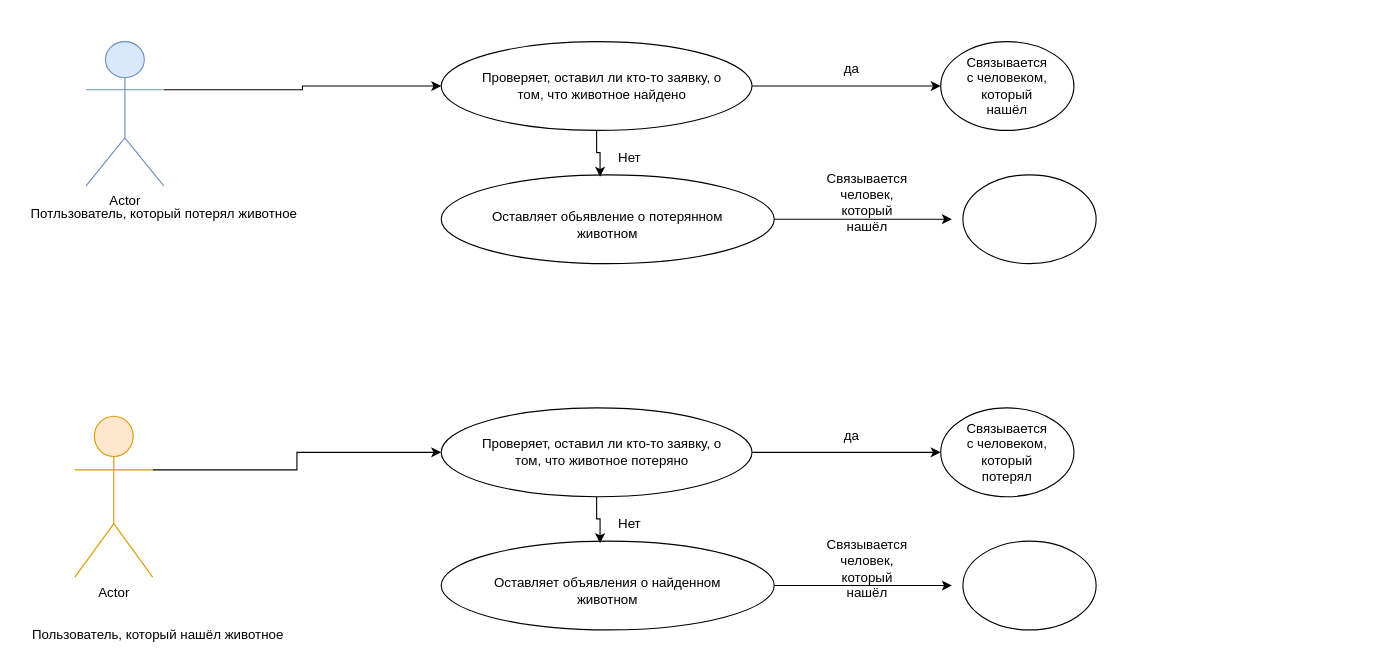
Before: Диаграмма без названия.drawio in AnnDets/Find-your-pet, a draw.io diagram. Source tidied: cells renumbered, new cells numbered last; positions are measured from the earlier drawing's top-left corner, leaving out a move shared by most shapes. Both pictures are drawn from the tidied source at 111%, with x=0, y=0 at pixel (19, 41).
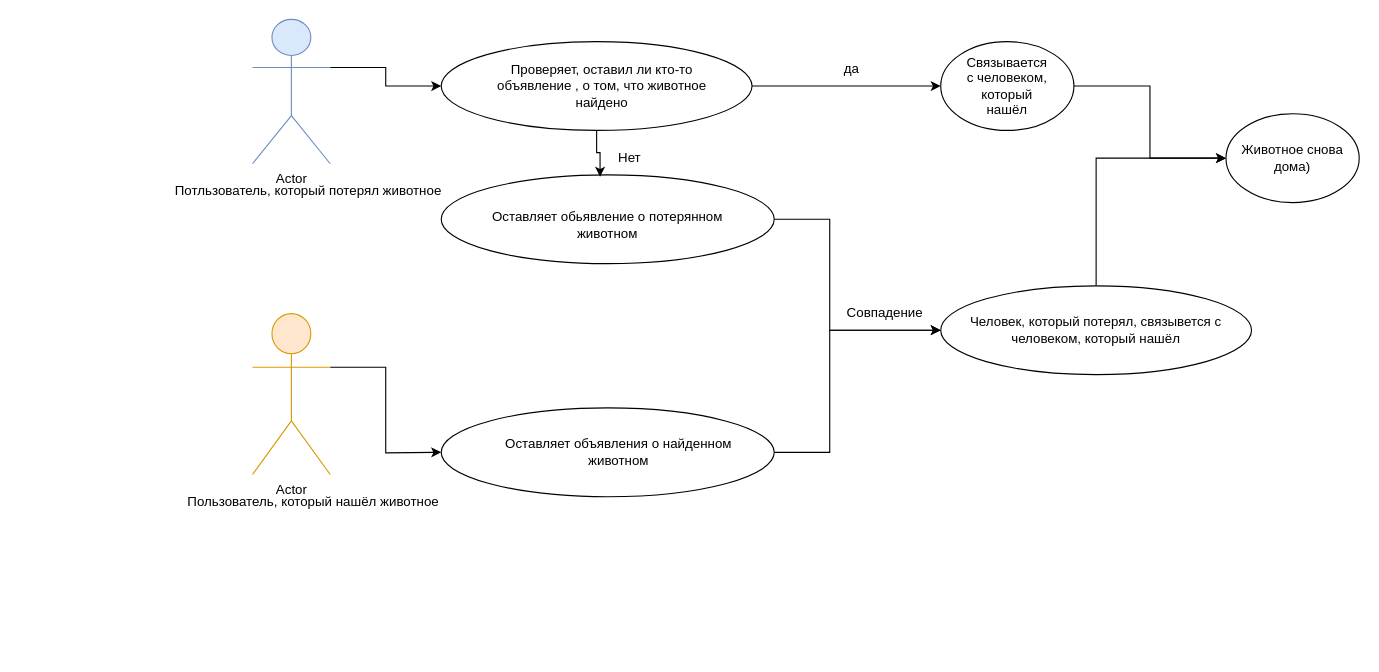
The same diagram, later.

Commit message:
Диаграмма Find your pet

Unchanged cells that the change refers to:
```xml
<mxCell id="10" style="ellipse;whiteSpace=wrap;html=1;" parent="1" vertex="1">
  <mxGeometry x="380" y="120" width="300" height="80" as="geometry" />
</mxCell>
<mxCell id="13" style="ellipse;whiteSpace=wrap;html=1;" parent="1" vertex="1">
  <mxGeometry x="830" width="120" height="80" as="geometry" />
</mxCell>
```

The edit, as a diff of the source:
```diff
@@
     <mxCell id="3" value="Actor" style="shape=umlActor;verticalLabelPosition=bottom;verticalAlign=top;html=1;outlineConnect=0;fillColor=#dae8fc;strokeColor=#6c8ebf;" parent="1" vertex="1">
-      <mxGeometry x="60" width="70" height="130" as="geometry" />
+      <mxGeometry x="210" y="-20" width="70" height="130" as="geometry" />
     </mxCell>
-    <mxCell id="4" style="edgeStyle=orthogonalEdgeStyle;rounded=0;jettySize=auto;html=1;exitX=1;exitY=0.3333333333333333;exitDx=0;exitDy=0;exitPerimeter=0;entryX=0;entryY=0.5;entryDx=0;entryDy=0;" parent="1" edge="1" source="5" target="22">
-      <mxGeometry relative="1" as="geometry" />
+    <mxCell id="4" style="edgeStyle=orthogonalEdgeStyle;rounded=0;jettySize=auto;html=1;exitX=1;exitY=0.3333333333333333;exitDx=0;exitDy=0;exitPerimeter=0;entryX=0;entryY=0.5;entryDx=0;entryDy=0;" parent="1" edge="1" source="5">
+      <mxGeometry relative="1" as="geometry">
+        <mxPoint x="380" y="370" as="targetPoint" />
+      </mxGeometry>
     </mxCell>
     <mxCell id="5" value="Actor" style="shape=umlActor;verticalLabelPosition=bottom;verticalAlign=top;html=1;outlineConnect=0;fillColor=#ffe6cc;strokeColor=#d79b00;" parent="1" vertex="1">
-      <mxGeometry x="50" y="337.5" width="70" height="145" as="geometry" />
+      <mxGeometry x="210" y="245" width="70" height="145" as="geometry" />
     </mxCell>
     <mxCell id="6" value="Потльзователь, который потерял животное" style="text;html=1;align=center;verticalAlign=middle;strokeColor=none;fillColor=none;" parent="1" vertex="1">
-      <mxGeometry y="140" width="260" height="30" as="geometry" />
+      <mxGeometry x="130" y="120" width="260" height="30" as="geometry" />
     </mxCell>
     <mxCell id="7" value="Пользователь, который нашёл животное" style="text;html=1;align=center;verticalAlign=middle;whiteSpace=wrap;rounded=0;" parent="1" vertex="1">
-      <mxGeometry x="10" y="520" width="230" height="30" as="geometry" />
+      <mxGeometry x="150" y="400" width="230" height="30" as="geometry" />
     </mxCell>
@@
+    <mxCell id="34" style="edgeStyle=orthogonalEdgeStyle;rounded=0;jettySize=auto;html=1;exitX=1;exitY=0.5;exitDx=0;exitDy=0;entryX=0;entryY=0.5;entryDx=0;entryDy=0;" parent="1" edge="1" source="10" target="38">
+      <mxGeometry relative="1" as="geometry">
+        <Array as="points">
+          <mxPoint x="730" y="160" />
+          <mxPoint x="730" y="260" />
+        </Array>
+      </mxGeometry>
+    </mxCell>
@@
-    <mxCell id="11" value="Проверяет, оставил ли кто-то заявку, о том, что животное найдено" style="text;html=1;align=center;verticalAlign=middle;whiteSpace=wrap;rounded=0;" parent="1" vertex="1">
+    <mxCell id="11" value="Проверяет, оставил ли кто-то объявление , о том, что животное найдено" style="text;html=1;align=center;verticalAlign=middle;whiteSpace=wrap;rounded=0;" parent="1" vertex="1">
       <mxGeometry x="410" y="25" width="230" height="30" as="geometry" />
     </mxCell>
@@
+    <mxCell id="35" style="edgeStyle=orthogonalEdgeStyle;rounded=0;jettySize=auto;html=1;exitX=1;exitY=0.5;exitDx=0;exitDy=0;entryX=0;entryY=0.5;entryDx=0;entryDy=0;" parent="1" edge="1" source="13" target="41">
+      <mxGeometry relative="1" as="geometry" />
+    </mxCell>
@@
-    <mxCell id="18" style="ellipse;whiteSpace=wrap;html=1;" parent="1" vertex="1">
-      <mxGeometry x="850" y="120" width="120" height="80" as="geometry" />
-    </mxCell>
-    <mxCell id="19" style="edgeStyle=orthogonalEdgeStyle;rounded=0;jettySize=auto;html=1;exitX=1;exitY=0.5;exitDx=0;exitDy=0;entryX=-0.083;entryY=0.5;entryDx=0;entryDy=0;entryPerimeter=0;" parent="1" edge="1" source="10" target="18">
-      <mxGeometry relative="1" as="geometry" />
-    </mxCell>
-    <mxCell id="20" value="Связывается человек, который нашёл" style="text;html=1;align=center;verticalAlign=middle;whiteSpace=wrap;rounded=0;" parent="1" vertex="1">
-      <mxGeometry x="734" y="130" width="60" height="30" as="geometry" />
-    </mxCell>
-    <mxCell id="21" style="edgeStyle=orthogonalEdgeStyle;rounded=0;jettySize=auto;html=1;exitX=1;exitY=0.5;exitDx=0;exitDy=0;entryX=0;entryY=0.5;entryDx=0;entryDy=0;" parent="1" edge="1" source="22" target="26">
-      <mxGeometry relative="1" as="geometry" />
-    </mxCell>
-    <mxCell id="22" style="ellipse;whiteSpace=wrap;html=1;" parent="1" vertex="1">
-      <mxGeometry x="380" y="330" width="280" height="80" as="geometry" />
-    </mxCell>
+    <mxCell id="36" style="edgeStyle=orthogonalEdgeStyle;rounded=0;jettySize=auto;html=1;exitX=1;exitY=0.5;exitDx=0;exitDy=0;entryX=0;entryY=0.5;entryDx=0;entryDy=0;" parent="1" edge="1" source="23" target="38">
+      <mxGeometry relative="1" as="geometry">
+        <Array as="points">
+          <mxPoint x="730" y="370" />
+          <mxPoint x="730" y="260" />
+        </Array>
+      </mxGeometry>
+    </mxCell>
     <mxCell id="23" style="ellipse;whiteSpace=wrap;html=1;" parent="1" vertex="1">
-      <mxGeometry x="380" y="450" width="300" height="80" as="geometry" />
+      <mxGeometry x="380" y="330" width="300" height="80" as="geometry" />
     </mxCell>
-    <mxCell id="24" value="Проверяет, оставил ли кто-то заявку, о том, что животное потеряно" style="text;html=1;align=center;verticalAlign=middle;whiteSpace=wrap;rounded=0;" parent="1" vertex="1">
-      <mxGeometry x="410" y="355" width="230" height="30" as="geometry" />
-    </mxCell>
-    <mxCell id="25" style="edgeStyle=orthogonalEdgeStyle;rounded=0;jettySize=auto;html=1;exitX=0.5;exitY=1;exitDx=0;exitDy=0;entryX=0.477;entryY=0.023;entryDx=0;entryDy=0;entryPerimeter=0;" parent="1" edge="1" source="22" target="23">
-      <mxGeometry relative="1" as="geometry" />
-    </mxCell>
-    <mxCell id="26" style="ellipse;whiteSpace=wrap;html=1;" parent="1" vertex="1">
-      <mxGeometry x="830" y="330" width="120" height="80" as="geometry" />
-    </mxCell>
-    <mxCell id="27" value="да" style="text;html=1;align=center;verticalAlign=middle;whiteSpace=wrap;rounded=0;" parent="1" vertex="1">
-      <mxGeometry x="720" y="340" width="60" height="30" as="geometry" />
-    </mxCell>
-    <mxCell id="28" value="Связывается с человеком, который потерял" style="text;html=1;align=center;verticalAlign=middle;whiteSpace=wrap;rounded=0;" parent="1" vertex="1">
-      <mxGeometry x="860" y="355" width="60" height="30" as="geometry" />
-    </mxCell>
-    <mxCell id="29" value="Нет" style="text;html=1;align=center;verticalAlign=middle;whiteSpace=wrap;rounded=0;" parent="1" vertex="1">
-      <mxGeometry x="520" y="420" width="60" height="30" as="geometry" />
-    </mxCell>
     <mxCell id="30" value="Оставляет объявления о найденном животном" style="text;html=1;align=center;verticalAlign=middle;whiteSpace=wrap;rounded=0;" parent="1" vertex="1">
-      <mxGeometry x="420" y="480" width="220" height="30" as="geometry" />
+      <mxGeometry x="430" y="355" width="220" height="30" as="geometry" />
     </mxCell>
-    <mxCell id="31" style="ellipse;whiteSpace=wrap;html=1;" parent="1" vertex="1">
-      <mxGeometry x="850" y="450" width="120" height="80" as="geometry" />
-    </mxCell>
-    <mxCell id="32" style="edgeStyle=orthogonalEdgeStyle;rounded=0;jettySize=auto;html=1;exitX=1;exitY=0.5;exitDx=0;exitDy=0;entryX=-0.083;entryY=0.5;entryDx=0;entryDy=0;entryPerimeter=0;" parent="1" edge="1" source="23" target="31">
-      <mxGeometry relative="1" as="geometry" />
-    </mxCell>
-    <mxCell id="33" value="Связывается человек, который нашёл" style="text;html=1;align=center;verticalAlign=middle;whiteSpace=wrap;rounded=0;" parent="1" vertex="1">
-      <mxGeometry x="734" y="460" width="60" height="30" as="geometry" />
-    </mxCell>
+    <mxCell id="37" style="edgeStyle=orthogonalEdgeStyle;rounded=0;jettySize=auto;html=1;exitX=0.5;exitY=0;exitDx=0;exitDy=0;entryX=0;entryY=0.5;entryDx=0;entryDy=0;" parent="1" edge="1" source="38" target="41">
+      <mxGeometry relative="1" as="geometry" />
+    </mxCell>
+    <mxCell id="38" style="ellipse;whiteSpace=wrap;html=1;" parent="1" vertex="1">
+      <mxGeometry x="830" y="220" width="280" height="80" as="geometry" />
+    </mxCell>
+    <mxCell id="39" value="Совпадение" style="text;html=1;align=center;verticalAlign=middle;whiteSpace=wrap;rounded=0;" parent="1" vertex="1">
+      <mxGeometry x="730" y="230" width="100" height="30" as="geometry" />
+    </mxCell>
+    <mxCell id="40" value="Человек, который потерял, связывется с человеком, который нашёл" style="text;html=1;align=center;verticalAlign=middle;whiteSpace=wrap;rounded=0;" parent="1" vertex="1">
+      <mxGeometry x="850" y="245" width="240" height="30" as="geometry" />
+    </mxCell>
+    <mxCell id="41" value="Животное снова дома)" style="ellipse;whiteSpace=wrap;html=1;" parent="1" vertex="1">
+      <mxGeometry x="1087" y="65" width="120" height="80" as="geometry" />
+    </mxCell>
```
